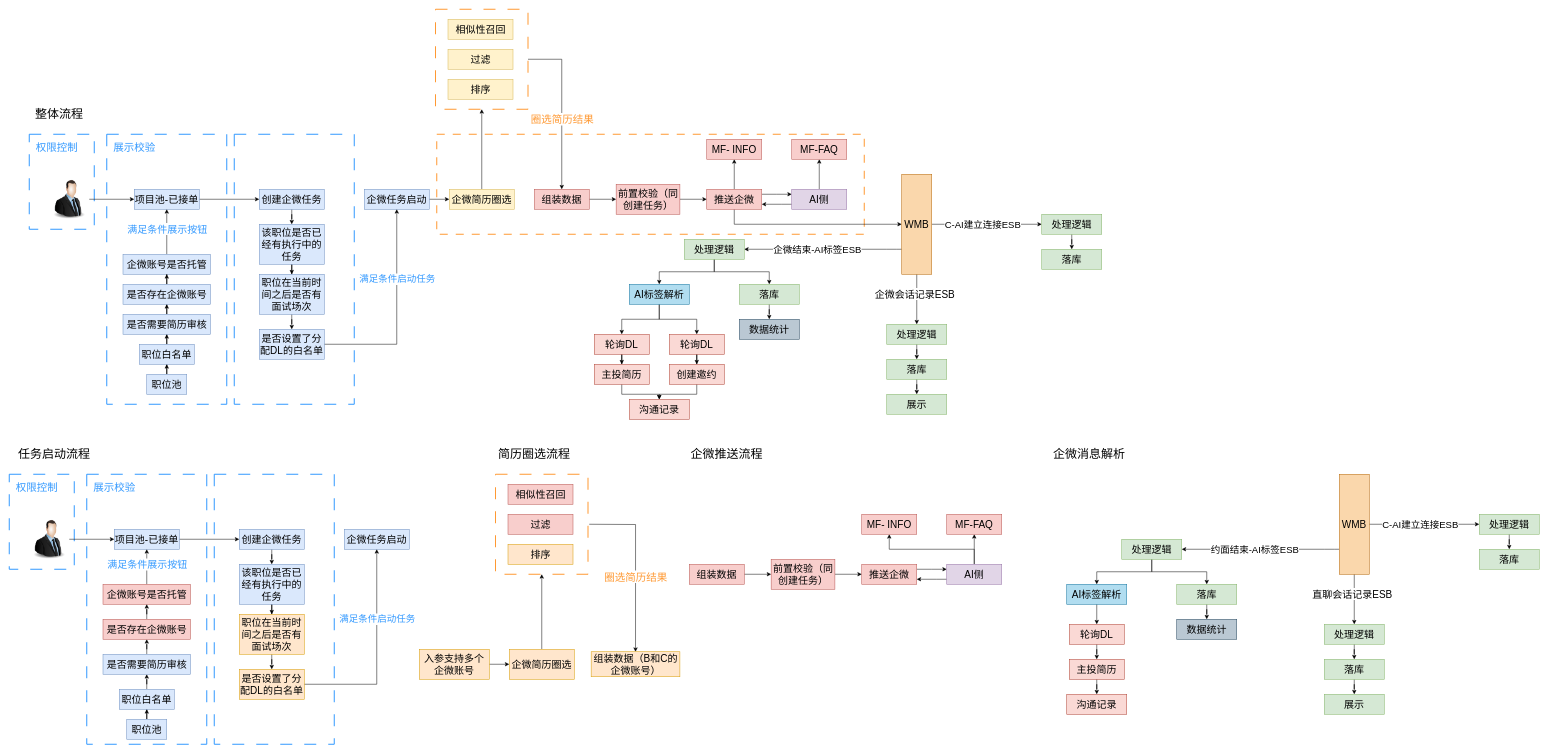
Before: 魔方约面-AI企微.drawio in LuOyEbY/draw-b, a draw.io diagram. Source tidied: cells renumbered, new cells numbered last; positions are measured from the earlier drawing's top-left corner, leaving out a move shared by most shapes. Both pictures are drawn from the tidied source at 50%, with x=0, y=0 at pixel (9, 9).
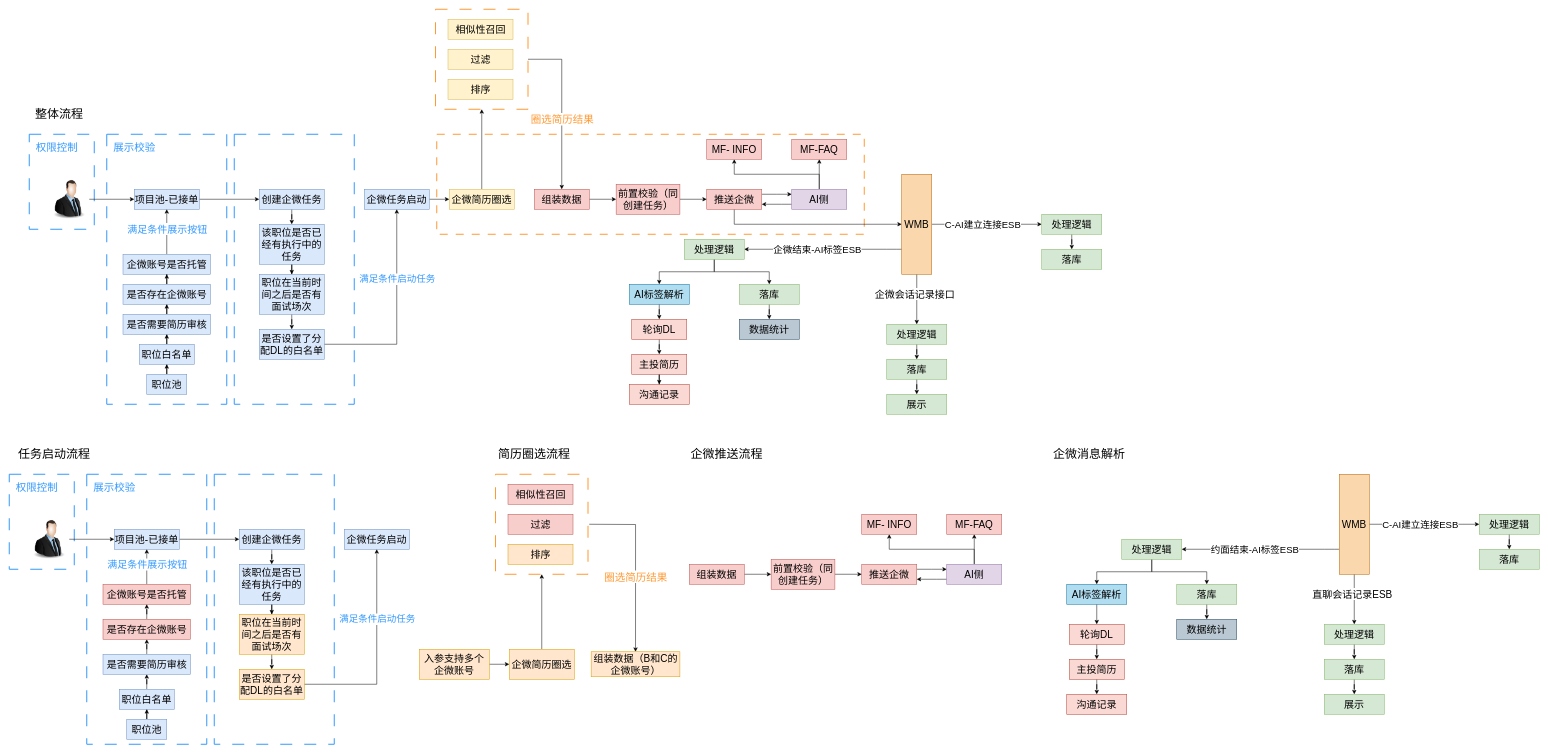
The same diagram, later.

Commit message:
更新魔方约面-AI企微.drawio

The change refers to these unchanged cells:
```xml
<mxCell id="21" value="推送企微" style="whiteSpace=wrap;html=1;verticalAlign=middle;labelBackgroundColor=none;fontSize=20;fillColor=#f8cecc;strokeColor=#b85450;rounded=0;" parent="1" vertex="1">
  <mxGeometry x="1395" y="360" width="110" height="40" as="geometry" />
</mxCell>
<mxCell id="24" style="edgeStyle=orthogonalEdgeStyle;rounded=0;jettySize=auto;html=1;entryX=0.5;entryY=0;entryDx=0;entryDy=0;" parent="1" edge="1" source="28" target="72">
  <mxGeometry relative="1" as="geometry" />
</mxCell>
<mxCell id="34" value="AI侧" style="whiteSpace=wrap;html=1;verticalAlign=middle;labelBackgroundColor=none;fontSize=20;fillColor=#e1d5e7;strokeColor=#9673a6;rounded=0;" parent="1" vertex="1">
  <mxGeometry x="1565" y="360" width="110" height="40" as="geometry" />
</mxCell>
<mxCell id="38" value="AI标签解析" style="whiteSpace=wrap;html=1;verticalAlign=middle;labelBackgroundColor=none;fontSize=20;fillColor=#b1ddf0;strokeColor=#10739e;rounded=0;" parent="1" vertex="1">
  <mxGeometry x="1240" y="550" width="120" height="40" as="geometry" />
</mxCell>
<mxCell id="70" value="MF- INFO" style="whiteSpace=wrap;html=1;verticalAlign=middle;labelBackgroundColor=none;fontSize=20;fillColor=#f8cecc;strokeColor=#b85450;rounded=0;" parent="1" vertex="1">
  <mxGeometry x="1395" y="260" width="110" height="40" as="geometry" />
</mxCell>
```

Diff of the diagram source:
```diff
@@
-    <mxCell id="20" style="edgeStyle=orthogonalEdgeStyle;rounded=0;jettySize=auto;html=1;entryX=0.5;entryY=1;entryDx=0;entryDy=0;" parent="1" edge="1" source="21" target="70">
-      <mxGeometry relative="1" as="geometry" />
-    </mxCell>
@@
-    <mxCell id="25" value="企微会话记录ESB" style="edgeLabel;html=1;align=center;verticalAlign=middle;fontSize=20;" parent="24" vertex="1">
+    <mxCell id="25" value="企微会话记录接口" style="edgeLabel;html=1;align=center;verticalAlign=middle;fontSize=20;" parent="24" vertex="1">
       <mxGeometry x="-0.24" y="-5" relative="1" as="geometry" />
     </mxCell>
@@
+    <mxCell id="175" style="edgeStyle=orthogonalEdgeStyle;rounded=0;jettySize=auto;html=1;entryX=0.5;entryY=1;entryDx=0;entryDy=0;" parent="1" edge="1" source="34" target="70">
+      <mxGeometry relative="1" as="geometry">
+        <Array as="points">
+          <mxPoint x="1620" y="330" />
+          <mxPoint x="1450" y="330" />
+        </Array>
+      </mxGeometry>
+    </mxCell>
@@
-    <mxCell id="37" style="edgeStyle=orthogonalEdgeStyle;rounded=0;jettySize=auto;html=1;entryX=0.5;entryY=0;entryDx=0;entryDy=0;" parent="1" edge="1" source="38" target="41">
-      <mxGeometry relative="1" as="geometry" />
-    </mxCell>
@@
-    <mxCell id="40" style="edgeStyle=orthogonalEdgeStyle;rounded=0;jettySize=auto;html=1;entryX=0.5;entryY=0;entryDx=0;entryDy=0;" parent="1" edge="1" source="41" target="82">
-      <mxGeometry relative="1" as="geometry" />
-    </mxCell>
-    <mxCell id="41" value="轮询DL" style="whiteSpace=wrap;html=1;verticalAlign=middle;labelBackgroundColor=none;fontSize=20;fillColor=#fad9d5;strokeColor=#ae4132;rounded=0;" parent="1" vertex="1">
-      <mxGeometry x="1320" y="650" width="110" height="40" as="geometry" />
-    </mxCell>
@@
     <mxCell id="43" value="轮询DL" style="whiteSpace=wrap;html=1;verticalAlign=middle;labelBackgroundColor=none;fontSize=20;fillColor=#fad9d5;strokeColor=#ae4132;rounded=0;" parent="1" vertex="1">
-      <mxGeometry x="1170" y="650" width="110" height="40" as="geometry" />
+      <mxGeometry x="1245" y="620" width="110" height="40" as="geometry" />
     </mxCell>
     <mxCell id="44" value="沟通记录" style="whiteSpace=wrap;html=1;verticalAlign=middle;labelBackgroundColor=none;fontSize=20;fillColor=#fad9d5;strokeColor=#ae4132;rounded=0;" parent="1" vertex="1">
-      <mxGeometry x="1240" y="780" width="120" height="40" as="geometry" />
+      <mxGeometry x="1240" y="750" width="120" height="40" as="geometry" />
     </mxCell>
@@
     <mxCell id="80" value="主投简历" style="whiteSpace=wrap;html=1;verticalAlign=middle;labelBackgroundColor=none;fontSize=20;fillColor=#fad9d5;strokeColor=#ae4132;rounded=0;" parent="1" vertex="1">
-      <mxGeometry x="1170" y="710" width="110" height="40" as="geometry" />
+      <mxGeometry x="1245" y="690" width="110" height="40" as="geometry" />
     </mxCell>
-    <mxCell id="81" style="edgeStyle=orthogonalEdgeStyle;rounded=0;jettySize=auto;html=1;entryX=0.5;entryY=0;entryDx=0;entryDy=0;" parent="1" edge="1" source="82" target="44">
-      <mxGeometry relative="1" as="geometry" />
-    </mxCell>
-    <mxCell id="82" value="创建邀约" style="whiteSpace=wrap;html=1;verticalAlign=middle;labelBackgroundColor=none;fontSize=20;fillColor=#fad9d5;strokeColor=#ae4132;rounded=0;" parent="1" vertex="1">
-      <mxGeometry x="1320" y="710" width="110" height="40" as="geometry" />
-    </mxCell>
```
